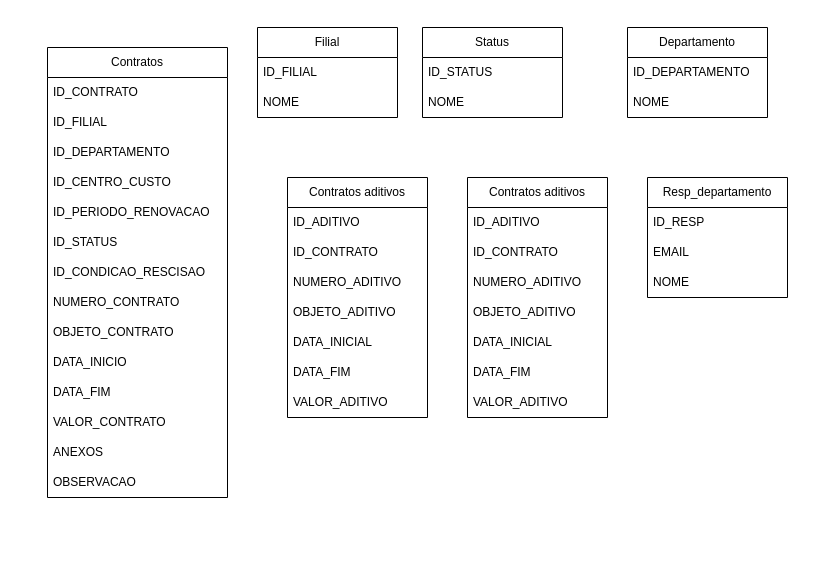
Before: contracts.drawio in lcardelli/fornecedores, a draw.io diagram. Source tidied: cells renumbered, new cells numbered last; positions are measured from the earlier drawing's top-left corner, leaving out a move shared by most shapes. Both pictures are drawn from the tidied source at 100%, with x=0, y=0 at pixel (47, 27).
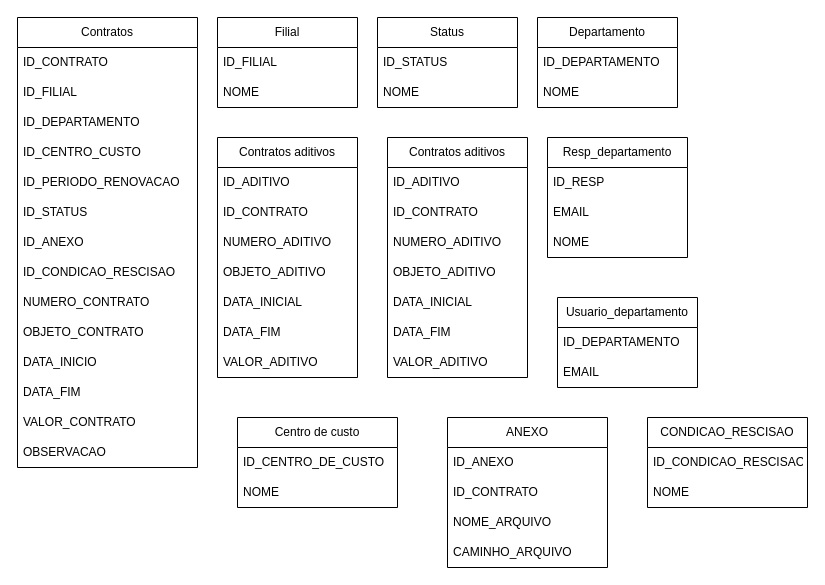
The same page after the edit.

The edit, as a diff of the source:
```diff
@@
     <mxCell id="2" value="Contratos" style="swimlane;fontStyle=0;horizontal=1;startSize=30;whiteSpace=wrap;html=1;" parent="1" vertex="1">
-      <mxGeometry y="20" width="180" height="450" as="geometry" />
+      <mxGeometry x="-30" y="-10" width="180" height="450" as="geometry" />
     </mxCell>
@@
+    <mxCell id="46" value="ID_ANEXO" style="text;strokeColor=none;fillColor=none;align=left;verticalAlign=middle;spacingLeft=4;spacingRight=4;overflow=hidden;whiteSpace=wrap;html=1;" parent="2" vertex="1">
+      <mxGeometry y="210" width="180" height="30" as="geometry" />
+    </mxCell>
     <mxCell id="9" value="ID_CONDICAO_RESCISAO" style="text;strokeColor=none;fillColor=none;align=left;verticalAlign=middle;spacingLeft=4;spacingRight=4;overflow=hidden;whiteSpace=wrap;html=1;" parent="2" vertex="1">
-      <mxGeometry y="210" width="180" height="30" as="geometry" />
+      <mxGeometry y="240" width="180" height="30" as="geometry" />
     </mxCell>
     <mxCell id="10" value="NUMERO_CONTRATO" style="text;strokeColor=none;fillColor=none;align=left;verticalAlign=middle;spacingLeft=4;spacingRight=4;overflow=hidden;whiteSpace=wrap;html=1;" parent="2" vertex="1">
-      <mxGeometry y="240" width="180" height="30" as="geometry" />
+      <mxGeometry y="270" width="180" height="30" as="geometry" />
     </mxCell>
     <mxCell id="11" value="OBJETO_CONTRATO" style="text;strokeColor=none;fillColor=none;align=left;verticalAlign=middle;spacingLeft=4;spacingRight=4;overflow=hidden;whiteSpace=wrap;html=1;" parent="2" vertex="1">
-      <mxGeometry y="270" width="180" height="30" as="geometry" />
+      <mxGeometry y="300" width="180" height="30" as="geometry" />
     </mxCell>
     <mxCell id="12" value="DATA_INICIO" style="text;strokeColor=none;fillColor=none;align=left;verticalAlign=middle;spacingLeft=4;spacingRight=4;overflow=hidden;whiteSpace=wrap;html=1;" parent="2" vertex="1">
-      <mxGeometry y="300" width="180" height="30" as="geometry" />
+      <mxGeometry y="330" width="180" height="30" as="geometry" />
     </mxCell>
     <mxCell id="13" value="DATA_FIM" style="text;strokeColor=none;fillColor=none;align=left;verticalAlign=middle;spacingLeft=4;spacingRight=4;overflow=hidden;whiteSpace=wrap;html=1;" parent="2" vertex="1">
-      <mxGeometry y="330" width="180" height="30" as="geometry" />
+      <mxGeometry y="360" width="180" height="30" as="geometry" />
     </mxCell>
     <mxCell id="14" value="VALOR_CONTRATO" style="text;strokeColor=none;fillColor=none;align=left;verticalAlign=middle;spacingLeft=4;spacingRight=4;overflow=hidden;whiteSpace=wrap;html=1;" parent="2" vertex="1">
-      <mxGeometry y="360" width="180" height="30" as="geometry" />
+      <mxGeometry y="390" width="180" height="30" as="geometry" />
     </mxCell>
-    <mxCell id="15" value="ANEXOS" style="text;strokeColor=none;fillColor=none;align=left;verticalAlign=middle;spacingLeft=4;spacingRight=4;overflow=hidden;whiteSpace=wrap;html=1;" parent="2" vertex="1">
-      <mxGeometry y="390" width="180" height="30" as="geometry" />
-    </mxCell>
@@
     <mxCell id="17" value="Filial" style="swimlane;fontStyle=0;horizontal=1;startSize=30;whiteSpace=wrap;html=1;" parent="1" vertex="1">
-      <mxGeometry x="210" width="140" height="90" as="geometry" />
+      <mxGeometry x="170" y="-10" width="140" height="90" as="geometry" />
     </mxCell>
@@
     <mxCell id="20" value="Departamento" style="swimlane;fontStyle=0;horizontal=1;startSize=30;whiteSpace=wrap;html=1;" parent="1" vertex="1">
-      <mxGeometry x="580" width="140" height="90" as="geometry" />
+      <mxGeometry x="490" y="-10" width="140" height="90" as="geometry" />
     </mxCell>
@@
     <mxCell id="23" value="Contratos aditivos" style="swimlane;fontStyle=0;horizontal=1;startSize=30;whiteSpace=wrap;html=1;" parent="1" vertex="1">
-      <mxGeometry x="240" y="150" width="140" height="240" as="geometry" />
+      <mxGeometry x="170" y="110" width="140" height="240" as="geometry" />
     </mxCell>
@@
     <mxCell id="31" value="Status" style="swimlane;fontStyle=0;horizontal=1;startSize=30;whiteSpace=wrap;html=1;" parent="1" vertex="1">
-      <mxGeometry x="375" width="140" height="90" as="geometry" />
+      <mxGeometry x="330" y="-10" width="140" height="90" as="geometry" />
     </mxCell>
@@
     <mxCell id="34" value="Contratos aditivos" style="swimlane;fontStyle=0;horizontal=1;startSize=30;whiteSpace=wrap;html=1;" parent="1" vertex="1">
-      <mxGeometry x="420" y="150" width="140" height="240" as="geometry" />
+      <mxGeometry x="340" y="110" width="140" height="240" as="geometry" />
     </mxCell>
@@
     <mxCell id="42" value="Resp_departamento" style="swimlane;fontStyle=0;horizontal=1;startSize=30;whiteSpace=wrap;html=1;" parent="1" vertex="1">
-      <mxGeometry x="600" y="150" width="140" height="120" as="geometry" />
+      <mxGeometry x="500" y="110" width="140" height="120" as="geometry" />
     </mxCell>
@@
+    <mxCell id="47" value="Usuario_departamento" style="swimlane;fontStyle=0;horizontal=1;startSize=30;whiteSpace=wrap;html=1;" parent="1" vertex="1">
+      <mxGeometry x="510" y="270" width="140" height="90" as="geometry" />
+    </mxCell>
+    <mxCell id="48" value="ID_DEPARTAMENTO" style="text;strokeColor=none;fillColor=none;align=left;verticalAlign=middle;spacingLeft=4;spacingRight=4;overflow=hidden;whiteSpace=wrap;html=1;" parent="47" vertex="1">
+      <mxGeometry y="30" width="140" height="30" as="geometry" />
+    </mxCell>
+    <mxCell id="49" value="EMAIL" style="text;strokeColor=none;fillColor=none;align=left;verticalAlign=middle;spacingLeft=4;spacingRight=4;overflow=hidden;whiteSpace=wrap;html=1;" parent="47" vertex="1">
+      <mxGeometry y="60" width="140" height="30" as="geometry" />
+    </mxCell>
+    <mxCell id="50" value="Centro de custo" style="swimlane;fontStyle=0;horizontal=1;startSize=30;whiteSpace=wrap;html=1;" parent="1" vertex="1">
+      <mxGeometry x="190" y="390" width="160" height="90" as="geometry" />
+    </mxCell>
+    <mxCell id="51" value="ID_CENTRO_DE_CUSTO" style="text;strokeColor=none;fillColor=none;align=left;verticalAlign=middle;spacingLeft=4;spacingRight=4;overflow=hidden;whiteSpace=wrap;html=1;" parent="50" vertex="1">
+      <mxGeometry y="30" width="160" height="30" as="geometry" />
+    </mxCell>
+    <mxCell id="52" value="NOME" style="text;strokeColor=none;fillColor=none;align=left;verticalAlign=middle;spacingLeft=4;spacingRight=4;overflow=hidden;whiteSpace=wrap;html=1;" parent="50" vertex="1">
+      <mxGeometry y="60" width="160" height="30" as="geometry" />
+    </mxCell>
+    <mxCell id="53" value="ANEXO" style="swimlane;fontStyle=0;horizontal=1;startSize=30;whiteSpace=wrap;html=1;" parent="1" vertex="1">
+      <mxGeometry x="400" y="390" width="160" height="150" as="geometry" />
+    </mxCell>
+    <mxCell id="54" value="ID_ANEXO" style="text;strokeColor=none;fillColor=none;align=left;verticalAlign=middle;spacingLeft=4;spacingRight=4;overflow=hidden;whiteSpace=wrap;html=1;" parent="53" vertex="1">
+      <mxGeometry y="30" width="160" height="30" as="geometry" />
+    </mxCell>
+    <mxCell id="55" value="ID_CONTRATO" style="text;strokeColor=none;fillColor=none;align=left;verticalAlign=middle;spacingLeft=4;spacingRight=4;overflow=hidden;whiteSpace=wrap;html=1;" parent="53" vertex="1">
+      <mxGeometry y="60" width="160" height="30" as="geometry" />
+    </mxCell>
+    <mxCell id="56" value="NOME_ARQUIVO" style="text;strokeColor=none;fillColor=none;align=left;verticalAlign=middle;spacingLeft=4;spacingRight=4;overflow=hidden;whiteSpace=wrap;html=1;" parent="53" vertex="1">
+      <mxGeometry y="90" width="160" height="30" as="geometry" />
+    </mxCell>
+    <mxCell id="57" value="CAMINHO_ARQUIVO" style="text;strokeColor=none;fillColor=none;align=left;verticalAlign=middle;spacingLeft=4;spacingRight=4;overflow=hidden;whiteSpace=wrap;html=1;" parent="53" vertex="1">
+      <mxGeometry y="120" width="160" height="30" as="geometry" />
+    </mxCell>
+    <mxCell id="58" value="CONDICAO_RESCISAO" style="swimlane;fontStyle=0;horizontal=1;startSize=30;whiteSpace=wrap;html=1;" parent="1" vertex="1">
+      <mxGeometry x="600" y="390" width="160" height="90" as="geometry" />
+    </mxCell>
+    <mxCell id="59" value="ID_CONDICAO_RESCISAO" style="text;strokeColor=none;fillColor=none;align=left;verticalAlign=middle;spacingLeft=4;spacingRight=4;overflow=hidden;whiteSpace=wrap;html=1;" parent="58" vertex="1">
+      <mxGeometry y="30" width="160" height="30" as="geometry" />
+    </mxCell>
+    <mxCell id="60" value="NOME" style="text;strokeColor=none;fillColor=none;align=left;verticalAlign=middle;spacingLeft=4;spacingRight=4;overflow=hidden;whiteSpace=wrap;html=1;" parent="58" vertex="1">
+      <mxGeometry y="60" width="160" height="30" as="geometry" />
+    </mxCell>
```
